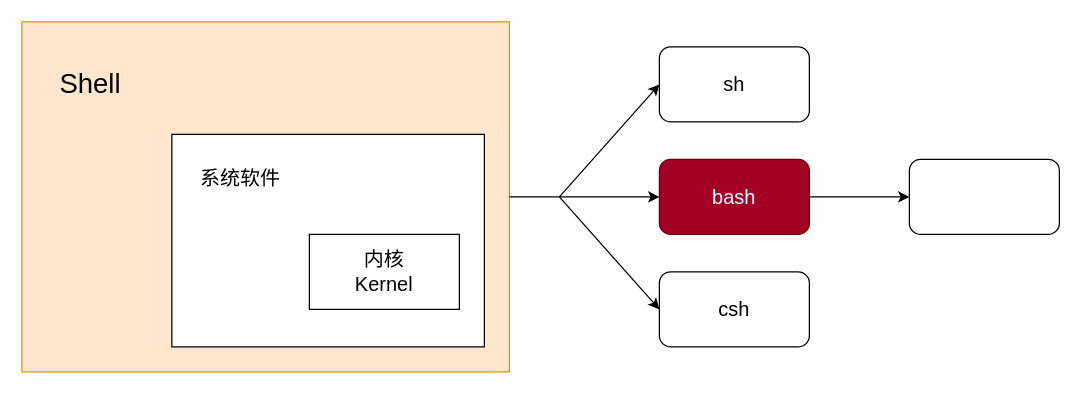
gitony0101/Coding-crash keeps this draw.io diagram as shell-crash/shell_note.drawio. Above is the earlier version. Source tidied: cells renumbered, new cells numbered last; positions are measured from the earlier drawing's top-left corner, leaving out a move shared by most shapes. Both pictures are drawn from the tidied source at 125%, with x=0, y=0 at pixel (21, 21).
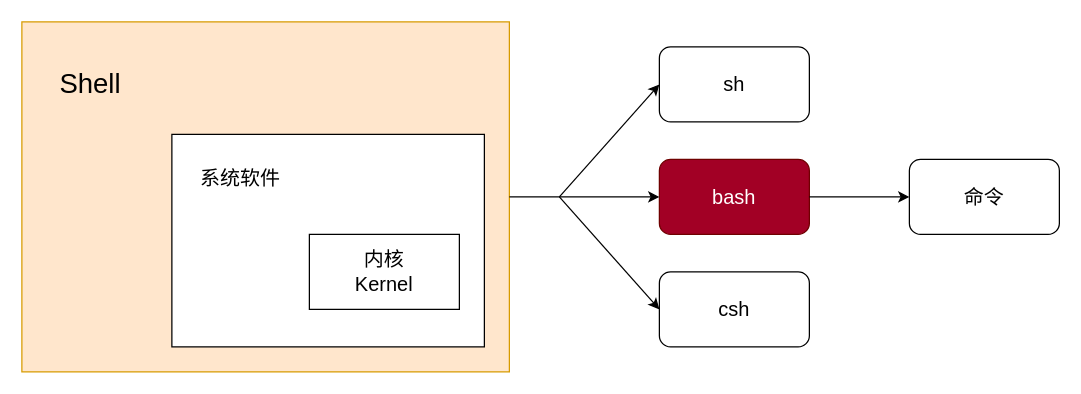
The same diagram, later.

Diff of the diagram source:
```diff
@@
 <mxGraphModel>
   <root>
     <mxCell id="0" />
     <mxCell id="1" parent="0" />
     <mxCell id="2" style="rounded=0;whiteSpace=wrap;html=1;align=left;fillColor=#ffe6cc;strokeColor=#d79b00;" parent="1" vertex="1">
       <mxGeometry width="390" height="280" as="geometry" />
     </mxCell>
     <mxCell id="3" style="rounded=0;whiteSpace=wrap;html=1;align=left;" parent="1" vertex="1">
       <mxGeometry x="120" y="90" width="250" height="170" as="geometry" />
     </mxCell>
     <mxCell id="4" value="内核&lt;br style=&quot;font-size: 16px;&quot;&gt;Kernel" style="rounded=0;whiteSpace=wrap;html=1;fontSize=16;" parent="1" vertex="1">
       <mxGeometry x="230" y="170" width="120" height="60" as="geometry" />
     </mxCell>
     <mxCell id="5" value="系统软件" style="text;html=1;strokeColor=none;fillColor=none;align=center;verticalAlign=middle;whiteSpace=wrap;rounded=0;fontSize=16;" parent="1" vertex="1">
       <mxGeometry x="140" y="110" width="70" height="30" as="geometry" />
     </mxCell>
     <mxCell id="6" value="&lt;font style=&quot;font-size: 22px&quot;&gt;Shell&lt;/font&gt;" style="text;html=1;strokeColor=none;fillColor=none;align=center;verticalAlign=middle;whiteSpace=wrap;rounded=0;" parent="1" vertex="1">
       <mxGeometry x="10" y="20" width="90" height="60" as="geometry" />
     </mxCell>
     <mxCell id="7" value="sh" style="rounded=1;whiteSpace=wrap;html=1;fontSize=16;" parent="1" vertex="1">
       <mxGeometry x="510" y="20" width="120" height="60" as="geometry" />
     </mxCell>
     <mxCell id="8" value="bash" style="rounded=1;whiteSpace=wrap;html=1;fontSize=16;fillColor=#a20025;fontColor=#ffffff;strokeColor=#6F0000;" parent="1" vertex="1">
       <mxGeometry x="510" y="110" width="120" height="60" as="geometry" />
     </mxCell>
     <mxCell id="9" value="csh" style="rounded=1;whiteSpace=wrap;html=1;fontSize=16;" parent="1" vertex="1">
       <mxGeometry x="510" y="200" width="120" height="60" as="geometry" />
     </mxCell>
     <mxCell id="10" style="endArrow=classic;html=1;fontSize=22;entryX=0;entryY=0.5;entryDx=0;entryDy=0;" parent="1" edge="1" target="9">
       <mxGeometry relative="1" as="geometry">
         <mxPoint x="430" y="140" as="sourcePoint" />
       </mxGeometry>
     </mxCell>
     <mxCell id="11" style="endArrow=classic;html=1;fontSize=22;entryX=0;entryY=0.5;entryDx=0;entryDy=0;" parent="1" edge="1" target="7">
       <mxGeometry relative="1" as="geometry">
         <mxPoint x="430" y="140" as="sourcePoint" />
       </mxGeometry>
     </mxCell>
     <mxCell id="12" style="endArrow=classic;html=1;fontSize=22;exitX=1;exitY=0.5;exitDx=0;exitDy=0;entryX=0;entryY=0.5;entryDx=0;entryDy=0;" parent="1" edge="1" source="2" target="8">
       <mxGeometry relative="1" as="geometry" />
     </mxCell>
     <mxCell id="13" style="endArrow=classic;html=1;fontSize=16;exitX=1;exitY=0.5;exitDx=0;exitDy=0;" parent="1" edge="1" source="8">
       <mxGeometry relative="1" as="geometry">
         <mxPoint x="710" y="140" as="targetPoint" />
       </mxGeometry>
     </mxCell>
-    <mxCell id="14" style="rounded=1;whiteSpace=wrap;html=1;fontSize=16;" parent="1" vertex="1">
+    <mxCell id="14" value="命令" style="rounded=1;whiteSpace=wrap;html=1;fontSize=16;" parent="1" vertex="1">
       <mxGeometry x="710" y="110" width="120" height="60" as="geometry" />
     </mxCell>
   </root>
 </mxGraphModel>
```
